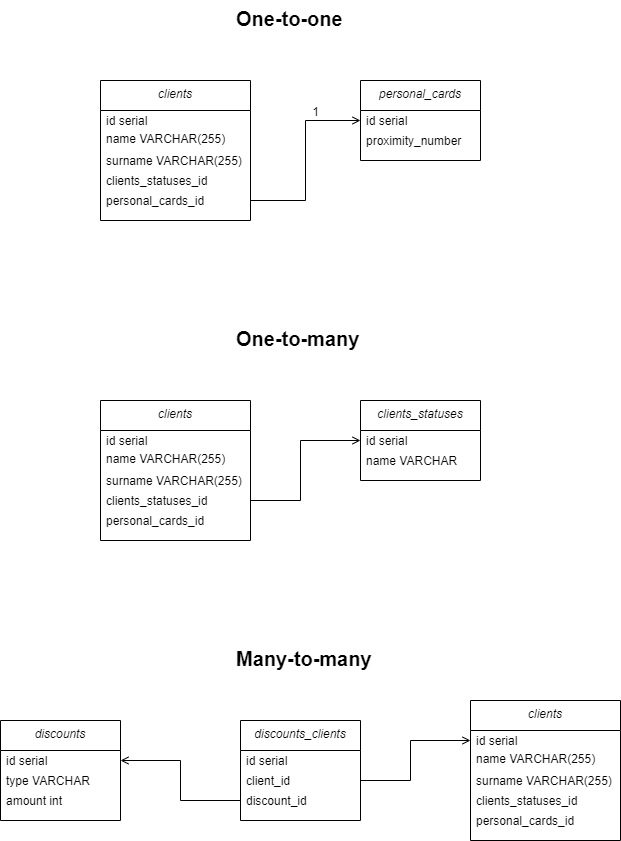
Above: chapter_003/Diagram of relations.drawio.png in Ilnazfah/job4j_design (draw.io), before the change. Source tidied: cells renumbered, new cells last; positions are measured from the earlier drawing's top-left corner, leaving out a move shared by most shapes. The source it was exported from:
```xml
<mxGraphModel>
  <root>
    <mxCell id="0" />
    <mxCell id="1" parent="0" />
    <mxCell id="2" value="clients" style="swimlane;fontStyle=2;align=center;verticalAlign=top;horizontal=1;startSize=30;rounded=0;shadow=0;strokeWidth=1;" parent="1" vertex="1">
      <mxGeometry x="100" y="80" width="150" height="140" as="geometry" />
    </mxCell>
    <mxCell id="3" value="id serial" style="text;align=left;verticalAlign=middle;spacingLeft=4;spacingRight=4;overflow=hidden;" parent="2" vertex="1">
      <mxGeometry y="30" width="150" height="20" as="geometry" />
    </mxCell>
    <mxCell id="4" value="name VARCHAR(255)&#10;" style="text;align=left;verticalAlign=middle;spacingLeft=4;spacingRight=4;overflow=hidden;rounded=0;shadow=0;html=0;" parent="2" vertex="1">
      <mxGeometry y="50" width="150" height="20" as="geometry" />
    </mxCell>
    <mxCell id="5" value="surname VARCHAR(255)" style="text;align=left;verticalAlign=middle;spacingLeft=4;spacingRight=4;overflow=hidden;" parent="2" vertex="1">
      <mxGeometry y="70" width="150" height="20" as="geometry" />
    </mxCell>
    <mxCell id="6" value="clients_statuses_id" style="text;align=left;verticalAlign=middle;spacingLeft=4;spacingRight=4;overflow=hidden;" parent="2" vertex="1">
      <mxGeometry y="90" width="150" height="20" as="geometry" />
    </mxCell>
    <mxCell id="7" value="personal_cards_id" style="text;align=left;verticalAlign=middle;spacingLeft=4;spacingRight=4;overflow=hidden;points=[[0,0.5],[1,0.5]];portConstraint=eastwest;" parent="2" vertex="1">
      <mxGeometry y="110" width="150" height="20" as="geometry" />
    </mxCell>
    <mxCell id="8" value="personal_cards" style="swimlane;fontStyle=2;align=center;verticalAlign=top;horizontal=1;startSize=30;rounded=0;shadow=0;strokeWidth=1;" parent="1" vertex="1">
      <mxGeometry x="360" y="80" width="120" height="80" as="geometry" />
    </mxCell>
    <mxCell id="9" value="id serial" style="text;align=left;verticalAlign=middle;spacingLeft=4;spacingRight=4;overflow=hidden;points=[[0,0.5],[1,0.5]];portConstraint=eastwest;" parent="8" vertex="1">
      <mxGeometry y="30" width="120" height="20" as="geometry" />
    </mxCell>
    <mxCell id="10" value="proximity_number" style="text;align=left;verticalAlign=middle;spacingLeft=4;spacingRight=4;overflow=hidden;" parent="8" vertex="1">
      <mxGeometry y="50" width="120" height="20" as="geometry" />
    </mxCell>
    <mxCell id="11" style="endArrow=open;shadow=0;strokeWidth=1;rounded=0;endFill=1;edgeStyle=elbowEdgeStyle;exitX=1;exitY=0.5;exitDx=0;exitDy=0;entryX=0;entryY=0.5;entryDx=0;entryDy=0;" parent="1" edge="1" source="7" target="9">
      <mxGeometry x="0.5" y="41" relative="1" as="geometry">
        <Array as="points">
          <mxPoint x="305" y="160" />
        </Array>
        <mxPoint x="-40" y="32" as="offset" />
      </mxGeometry>
    </mxCell>
    <mxCell id="12" value="1" style="align=right;verticalAlign=bottom;labelBackgroundColor=none;fontSize=12;" parent="11" vertex="1">
      <mxGeometry x="1" relative="1" as="geometry">
        <mxPoint x="-40" as="offset" />
      </mxGeometry>
    </mxCell>
    <mxCell id="13" value="One-to-one" style="text;strokeColor=none;fillColor=none;align=left;verticalAlign=top;spacingLeft=4;spacingRight=4;overflow=hidden;fontStyle=1;strokeWidth=1;fontSize=20;" parent="1" vertex="1">
      <mxGeometry x="230" width="120" height="26" as="geometry" />
    </mxCell>
    <mxCell id="14" value="One-to-many" style="text;strokeColor=none;fillColor=none;align=left;verticalAlign=top;spacingLeft=4;spacingRight=4;overflow=hidden;fontStyle=1;strokeWidth=1;fontSize=20;" parent="1" vertex="1">
      <mxGeometry x="230" y="320" width="140" height="26" as="geometry" />
    </mxCell>
    <mxCell id="15" value="discounts_clients" style="swimlane;fontStyle=2;align=center;verticalAlign=top;horizontal=1;startSize=30;rounded=0;shadow=0;strokeWidth=1;" parent="1" vertex="1">
      <mxGeometry x="240" y="720" width="120" height="100" as="geometry" />
    </mxCell>
    <mxCell id="16" value="id serial" style="text;align=left;verticalAlign=middle;spacingLeft=4;spacingRight=4;overflow=hidden;" parent="15" vertex="1">
      <mxGeometry y="30" width="120" height="20" as="geometry" />
    </mxCell>
    <mxCell id="17" value="client_id" style="text;align=left;verticalAlign=middle;spacingLeft=4;spacingRight=4;overflow=hidden;" parent="15" vertex="1">
      <mxGeometry y="50" width="120" height="20" as="geometry" />
    </mxCell>
    <mxCell id="18" value="discount_id" style="text;align=left;verticalAlign=middle;spacingLeft=4;spacingRight=4;overflow=hidden;points=[[0,0.5],[1,0.5]];portConstraint=eastwest;" parent="15" vertex="1">
      <mxGeometry y="70" width="120" height="20" as="geometry" />
    </mxCell>
    <mxCell id="19" value="clients" style="swimlane;fontStyle=2;align=center;verticalAlign=top;horizontal=1;startSize=30;rounded=0;shadow=0;strokeWidth=1;" parent="1" vertex="1">
      <mxGeometry x="100" y="400" width="150" height="140" as="geometry" />
    </mxCell>
    <mxCell id="20" value="id serial" style="text;align=left;verticalAlign=middle;spacingLeft=4;spacingRight=4;overflow=hidden;" parent="19" vertex="1">
      <mxGeometry y="30" width="150" height="20" as="geometry" />
    </mxCell>
    <mxCell id="21" value="name VARCHAR(255)&#10;" style="text;align=left;verticalAlign=middle;spacingLeft=4;spacingRight=4;overflow=hidden;rounded=0;shadow=0;html=0;" parent="19" vertex="1">
      <mxGeometry y="50" width="150" height="20" as="geometry" />
    </mxCell>
    <mxCell id="22" value="surname VARCHAR(255)" style="text;align=left;verticalAlign=middle;spacingLeft=4;spacingRight=4;overflow=hidden;" parent="19" vertex="1">
      <mxGeometry y="70" width="150" height="20" as="geometry" />
    </mxCell>
    <mxCell id="23" value="clients_statuses_id" style="text;align=left;verticalAlign=middle;spacingLeft=4;spacingRight=4;overflow=hidden;" parent="19" vertex="1">
      <mxGeometry y="90" width="150" height="20" as="geometry" />
    </mxCell>
    <mxCell id="24" value="personal_cards_id" style="text;align=left;verticalAlign=middle;spacingLeft=4;spacingRight=4;overflow=hidden;" parent="19" vertex="1">
      <mxGeometry y="110" width="150" height="20" as="geometry" />
    </mxCell>
    <mxCell id="25" value="clients_statuses" style="swimlane;fontStyle=2;align=center;verticalAlign=top;horizontal=1;startSize=30;rounded=0;shadow=0;strokeWidth=1;" parent="1" vertex="1">
      <mxGeometry x="360" y="400" width="120" height="80" as="geometry" />
    </mxCell>
    <mxCell id="26" value="id serial" style="text;align=left;verticalAlign=middle;spacingLeft=4;spacingRight=4;overflow=hidden;points=[[0,0.5],[1,0.5]];portConstraint=eastwest;" parent="25" vertex="1">
      <mxGeometry y="30" width="120" height="20" as="geometry" />
    </mxCell>
    <mxCell id="27" value="name VARCHAR" style="text;align=left;verticalAlign=middle;spacingLeft=4;spacingRight=4;overflow=hidden;" parent="25" vertex="1">
      <mxGeometry y="50" width="120" height="20" as="geometry" />
    </mxCell>
    <mxCell id="28" style="endArrow=open;shadow=0;strokeWidth=1;rounded=0;endFill=1;edgeStyle=elbowEdgeStyle;entryX=0;entryY=0.5;entryDx=0;entryDy=0;" parent="1" edge="1" target="26">
      <mxGeometry x="0.5" y="41" relative="1" as="geometry">
        <mxPoint x="250" y="500" as="sourcePoint" />
        <Array as="points">
          <mxPoint x="300" y="450" />
          <mxPoint x="290" y="480" />
        </Array>
        <mxPoint x="-40" y="32" as="offset" />
      </mxGeometry>
    </mxCell>
    <mxCell id="29" value="Many-to-many" style="text;strokeColor=none;fillColor=none;align=left;verticalAlign=top;spacingLeft=4;spacingRight=4;overflow=hidden;fontStyle=1;strokeWidth=1;fontSize=20;" parent="1" vertex="1">
      <mxGeometry x="230" y="640" width="150" height="26" as="geometry" />
    </mxCell>
    <mxCell id="30" value="discounts" style="swimlane;fontStyle=2;align=center;verticalAlign=top;horizontal=1;startSize=30;rounded=0;shadow=0;strokeWidth=1;" parent="1" vertex="1">
      <mxGeometry y="720" width="120" height="100" as="geometry" />
    </mxCell>
    <mxCell id="31" value="id serial" style="text;align=left;verticalAlign=middle;spacingLeft=4;spacingRight=4;overflow=hidden;points=[[0,0.5],[1,0.5]];portConstraint=eastwest;" parent="30" vertex="1">
      <mxGeometry y="30" width="120" height="20" as="geometry" />
    </mxCell>
    <mxCell id="32" value="type VARCHAR" style="text;align=left;verticalAlign=middle;spacingLeft=4;spacingRight=4;overflow=hidden;" parent="30" vertex="1">
      <mxGeometry y="50" width="120" height="20" as="geometry" />
    </mxCell>
    <mxCell id="33" value="amount int" style="text;align=left;verticalAlign=middle;spacingLeft=4;spacingRight=4;overflow=hidden;" parent="30" vertex="1">
      <mxGeometry y="70" width="120" height="20" as="geometry" />
    </mxCell>
    <mxCell id="34" value="clients" style="swimlane;fontStyle=2;align=center;verticalAlign=top;horizontal=1;startSize=30;rounded=0;shadow=0;strokeWidth=1;" parent="1" vertex="1">
      <mxGeometry x="470" y="700" width="150" height="140" as="geometry" />
    </mxCell>
    <mxCell id="35" value="id serial" style="text;align=left;verticalAlign=middle;spacingLeft=4;spacingRight=4;overflow=hidden;points=[[0,0.5],[1,0.5]];portConstraint=eastwest;" parent="34" vertex="1">
      <mxGeometry y="30" width="150" height="20" as="geometry" />
    </mxCell>
    <mxCell id="36" value="name VARCHAR(255)&#10;" style="text;align=left;verticalAlign=middle;spacingLeft=4;spacingRight=4;overflow=hidden;rounded=0;shadow=0;html=0;" parent="34" vertex="1">
      <mxGeometry y="50" width="150" height="20" as="geometry" />
    </mxCell>
    <mxCell id="37" value="surname VARCHAR(255)" style="text;align=left;verticalAlign=middle;spacingLeft=4;spacingRight=4;overflow=hidden;" parent="34" vertex="1">
      <mxGeometry y="70" width="150" height="20" as="geometry" />
    </mxCell>
    <mxCell id="38" value="clients_statuses_id" style="text;align=left;verticalAlign=middle;spacingLeft=4;spacingRight=4;overflow=hidden;" parent="34" vertex="1">
      <mxGeometry y="90" width="150" height="20" as="geometry" />
    </mxCell>
    <mxCell id="39" value="personal_cards_id" style="text;align=left;verticalAlign=middle;spacingLeft=4;spacingRight=4;overflow=hidden;" parent="34" vertex="1">
      <mxGeometry y="110" width="150" height="20" as="geometry" />
    </mxCell>
    <mxCell id="40" style="endArrow=open;shadow=0;strokeWidth=1;rounded=0;endFill=1;edgeStyle=elbowEdgeStyle;entryX=0;entryY=0.5;entryDx=0;entryDy=0;" parent="1" edge="1" target="35">
      <mxGeometry x="0.5" y="41" relative="1" as="geometry">
        <mxPoint x="360" y="780" as="sourcePoint" />
        <Array as="points">
          <mxPoint x="410" y="730" />
          <mxPoint x="400" y="760" />
        </Array>
        <mxPoint x="-40" y="32" as="offset" />
      </mxGeometry>
    </mxCell>
    <mxCell id="41" style="endArrow=open;shadow=0;strokeWidth=1;rounded=0;endFill=1;edgeStyle=elbowEdgeStyle;entryX=1;entryY=0.5;entryDx=0;entryDy=0;exitX=0;exitY=0.5;exitDx=0;exitDy=0;" parent="1" edge="1" source="18" target="31">
      <mxGeometry x="0.5" y="41" relative="1" as="geometry">
        <Array as="points">
          <mxPoint x="180" y="810" />
          <mxPoint x="170" y="840" />
        </Array>
        <mxPoint x="-40" y="32" as="offset" />
      </mxGeometry>
    </mxCell>
  </root>
</mxGraphModel>
```
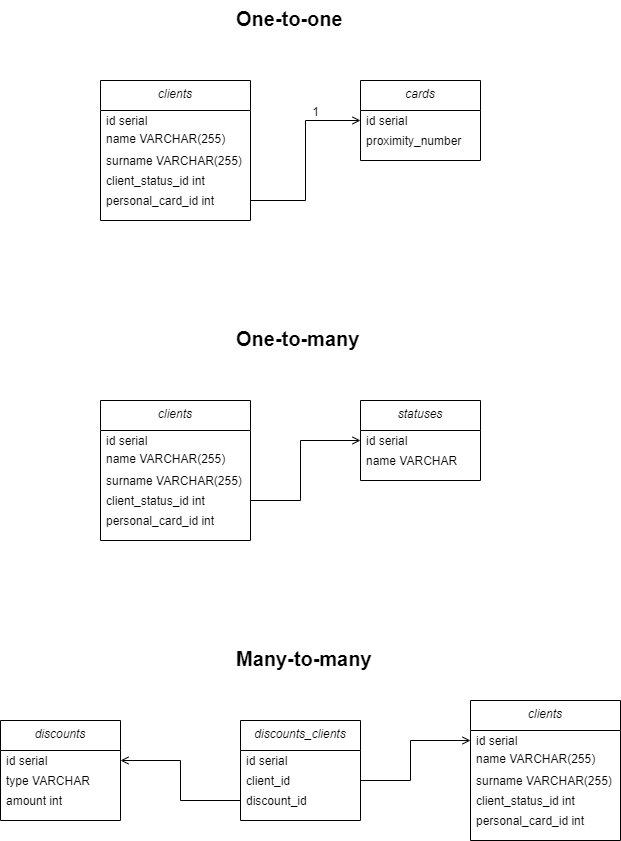
After the change.

Change to the diagram source:
```diff
@@ -14,13 +14,13 @@
     <mxCell id="5" value="surname VARCHAR(255)" style="text;align=left;verticalAlign=middle;spacingLeft=4;spacingRight=4;overflow=hidden;" parent="2" vertex="1">
       <mxGeometry y="70" width="150" height="20" as="geometry" />
     </mxCell>
-    <mxCell id="6" value="clients_statuses_id" style="text;align=left;verticalAlign=middle;spacingLeft=4;spacingRight=4;overflow=hidden;" parent="2" vertex="1">
+    <mxCell id="6" value="client_status_id int" style="text;align=left;verticalAlign=middle;spacingLeft=4;spacingRight=4;overflow=hidden;" parent="2" vertex="1">
       <mxGeometry y="90" width="150" height="20" as="geometry" />
     </mxCell>
-    <mxCell id="7" value="personal_cards_id" style="text;align=left;verticalAlign=middle;spacingLeft=4;spacingRight=4;overflow=hidden;points=[[0,0.5],[1,0.5]];portConstraint=eastwest;" parent="2" vertex="1">
+    <mxCell id="7" value="personal_card_id int" style="text;align=left;verticalAlign=middle;spacingLeft=4;spacingRight=4;overflow=hidden;points=[[0,0.5],[1,0.5]];portConstraint=eastwest;" parent="2" vertex="1">
       <mxGeometry y="110" width="150" height="20" as="geometry" />
     </mxCell>
-    <mxCell id="8" value="personal_cards" style="swimlane;fontStyle=2;align=center;verticalAlign=top;horizontal=1;startSize=30;rounded=0;shadow=0;strokeWidth=1;" parent="1" vertex="1">
+    <mxCell id="8" value="cards" style="swimlane;fontStyle=2;align=center;verticalAlign=top;horizontal=1;startSize=30;rounded=0;shadow=0;strokeWidth=1;" parent="1" vertex="1">
       <mxGeometry x="360" y="80" width="120" height="80" as="geometry" />
     </mxCell>
     <mxCell id="9" value="id serial" style="text;align=left;verticalAlign=middle;spacingLeft=4;spacingRight=4;overflow=hidden;points=[[0,0.5],[1,0.5]];portConstraint=eastwest;" parent="8" vertex="1">
@@ -72,13 +72,13 @@
     <mxCell id="22" value="surname VARCHAR(255)" style="text;align=left;verticalAlign=middle;spacingLeft=4;spacingRight=4;overflow=hidden;" parent="19" vertex="1">
       <mxGeometry y="70" width="150" height="20" as="geometry" />
     </mxCell>
-    <mxCell id="23" value="clients_statuses_id" style="text;align=left;verticalAlign=middle;spacingLeft=4;spacingRight=4;overflow=hidden;" parent="19" vertex="1">
+    <mxCell id="23" value="client_status_id int" style="text;align=left;verticalAlign=middle;spacingLeft=4;spacingRight=4;overflow=hidden;" parent="19" vertex="1">
       <mxGeometry y="90" width="150" height="20" as="geometry" />
     </mxCell>
-    <mxCell id="24" value="personal_cards_id" style="text;align=left;verticalAlign=middle;spacingLeft=4;spacingRight=4;overflow=hidden;" parent="19" vertex="1">
+    <mxCell id="24" value="personal_card_id int" style="text;align=left;verticalAlign=middle;spacingLeft=4;spacingRight=4;overflow=hidden;" parent="19" vertex="1">
       <mxGeometry y="110" width="150" height="20" as="geometry" />
     </mxCell>
-    <mxCell id="25" value="clients_statuses" style="swimlane;fontStyle=2;align=center;verticalAlign=top;horizontal=1;startSize=30;rounded=0;shadow=0;strokeWidth=1;" parent="1" vertex="1">
+    <mxCell id="25" value="statuses" style="swimlane;fontStyle=2;align=center;verticalAlign=top;horizontal=1;startSize=30;rounded=0;shadow=0;strokeWidth=1;" parent="1" vertex="1">
       <mxGeometry x="360" y="400" width="120" height="80" as="geometry" />
     </mxCell>
     <mxCell id="26" value="id serial" style="text;align=left;verticalAlign=middle;spacingLeft=4;spacingRight=4;overflow=hidden;points=[[0,0.5],[1,0.5]];portConstraint=eastwest;" parent="25" vertex="1">
@@ -124,10 +124,10 @@
     <mxCell id="37" value="surname VARCHAR(255)" style="text;align=left;verticalAlign=middle;spacingLeft=4;spacingRight=4;overflow=hidden;" parent="34" vertex="1">
       <mxGeometry y="70" width="150" height="20" as="geometry" />
     </mxCell>
-    <mxCell id="38" value="clients_statuses_id" style="text;align=left;verticalAlign=middle;spacingLeft=4;spacingRight=4;overflow=hidden;" parent="34" vertex="1">
+    <mxCell id="38" value="client_status_id int" style="text;align=left;verticalAlign=middle;spacingLeft=4;spacingRight=4;overflow=hidden;" parent="34" vertex="1">
       <mxGeometry y="90" width="150" height="20" as="geometry" />
     </mxCell>
-    <mxCell id="39" value="personal_cards_id" style="text;align=left;verticalAlign=middle;spacingLeft=4;spacingRight=4;overflow=hidden;" parent="34" vertex="1">
+    <mxCell id="39" value="personal_card_id int" style="text;align=left;verticalAlign=middle;spacingLeft=4;spacingRight=4;overflow=hidden;" parent="34" vertex="1">
       <mxGeometry y="110" width="150" height="20" as="geometry" />
     </mxCell>
     <mxCell id="40" style="endArrow=open;shadow=0;strokeWidth=1;rounded=0;endFill=1;edgeStyle=elbowEdgeStyle;entryX=0;entryY=0.5;entryDx=0;entryDy=0;" parent="1" edge="1" target="35">
```
